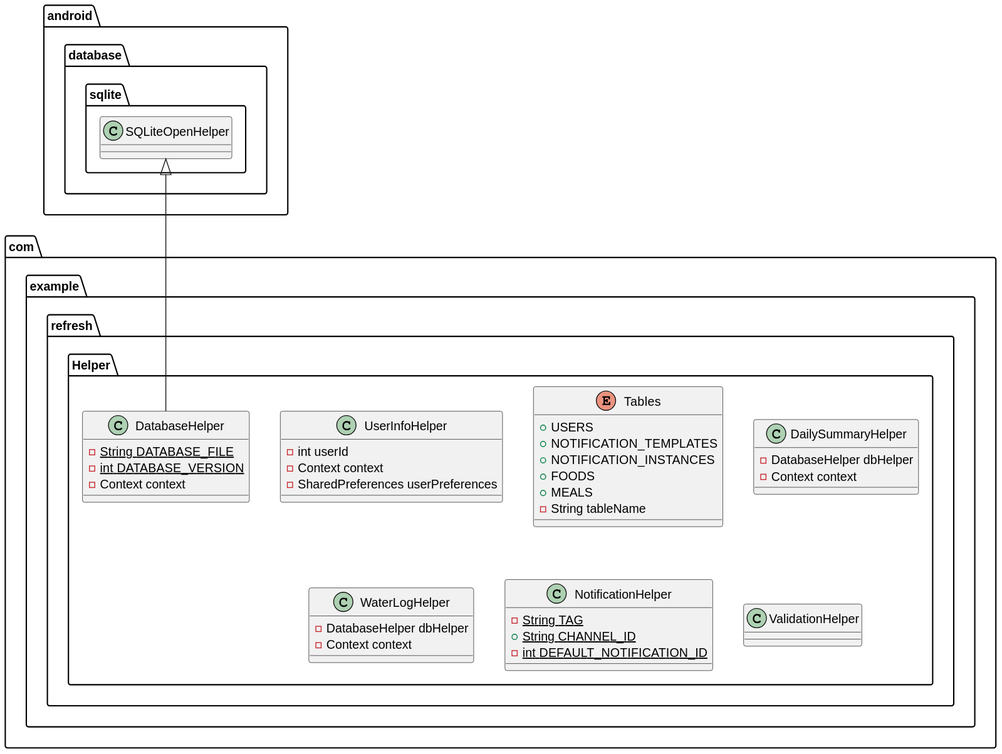
This is Project UML/HelperUML.svg from Lumini01/Refresh, a PlantUML export, as it was before one commit.
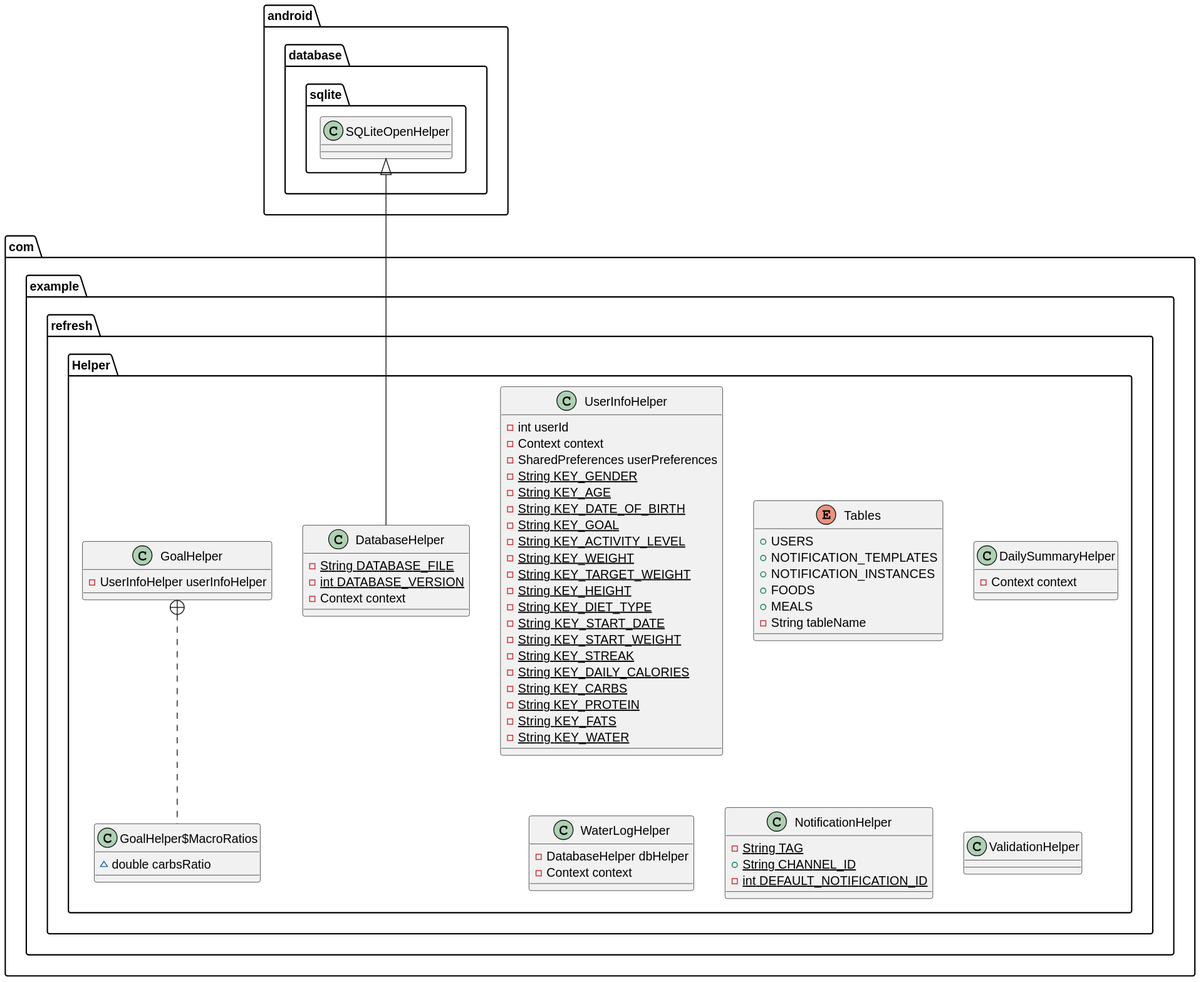
After the change.

Change to the diagram source:
```diff
@@ -3,6 +3,23 @@
 - int userId
 - Context context
 - SharedPreferences userPreferences
+- {static} String KEY_GENDER
+- {static} String KEY_AGE
+- {static} String KEY_DATE_OF_BIRTH
+- {static} String KEY_GOAL
+- {static} String KEY_ACTIVITY_LEVEL
+- {static} String KEY_WEIGHT
+- {static} String KEY_TARGET_WEIGHT
+- {static} String KEY_HEIGHT
+- {static} String KEY_DIET_TYPE
+- {static} String KEY_START_DATE
+- {static} String KEY_START_WEIGHT
+- {static} String KEY_STREAK
+- {static} String KEY_DAILY_CALORIES
+- {static} String KEY_CARBS
+- {static} String KEY_PROTEIN
+- {static} String KEY_FATS
+- {static} String KEY_WATER
 }
 
 class com.example.refresh.Helper.DatabaseHelper {
@@ -21,7 +38,6 @@
 }
 
 class com.example.refresh.Helper.DailySummaryHelper {
-- DatabaseHelper dbHelper
 - Context context
 }
 
@@ -36,9 +52,18 @@
 - {static} int DEFAULT_NOTIFICATION_ID
 }
 
+class com.example.refresh.Helper.GoalHelper {
+- UserInfoHelper userInfoHelper
+}
+
+class com.example.refresh.Helper.GoalHelper$MacroRatios {
+~ double carbsRatio
+}
+
 class com.example.refresh.Helper.ValidationHelper {
 }
 
 
 android.database.sqlite.SQLiteOpenHelper <|-- com.example.refresh.Helper.DatabaseHelper
+com.example.refresh.Helper.GoalHelper +.. com.example.refresh.Helper.GoalHelper$MacroRatios
 @enduml
```
